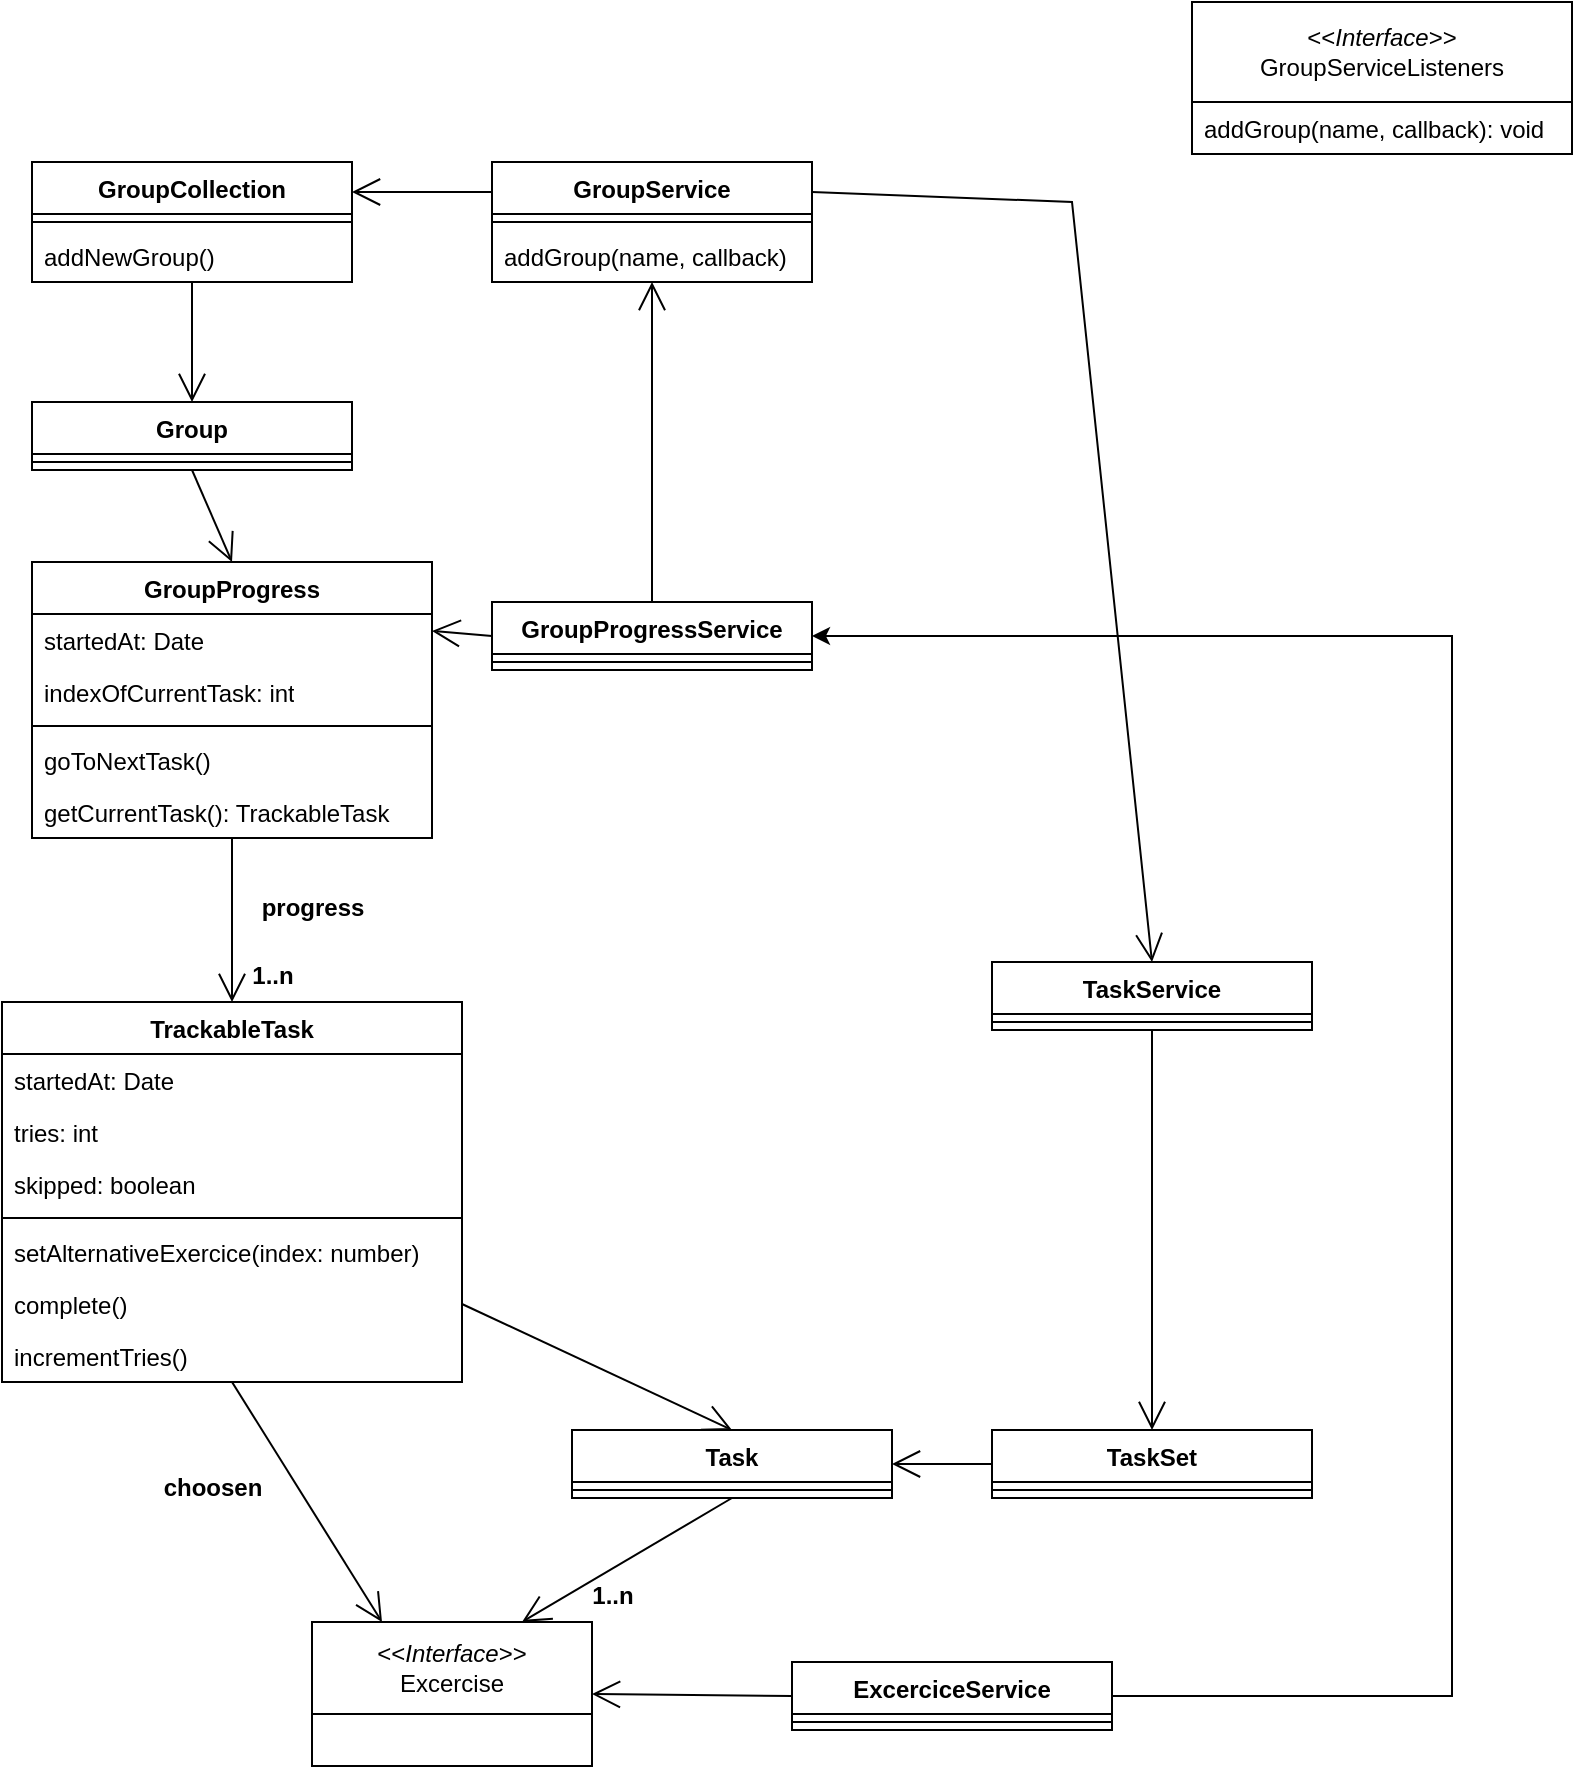
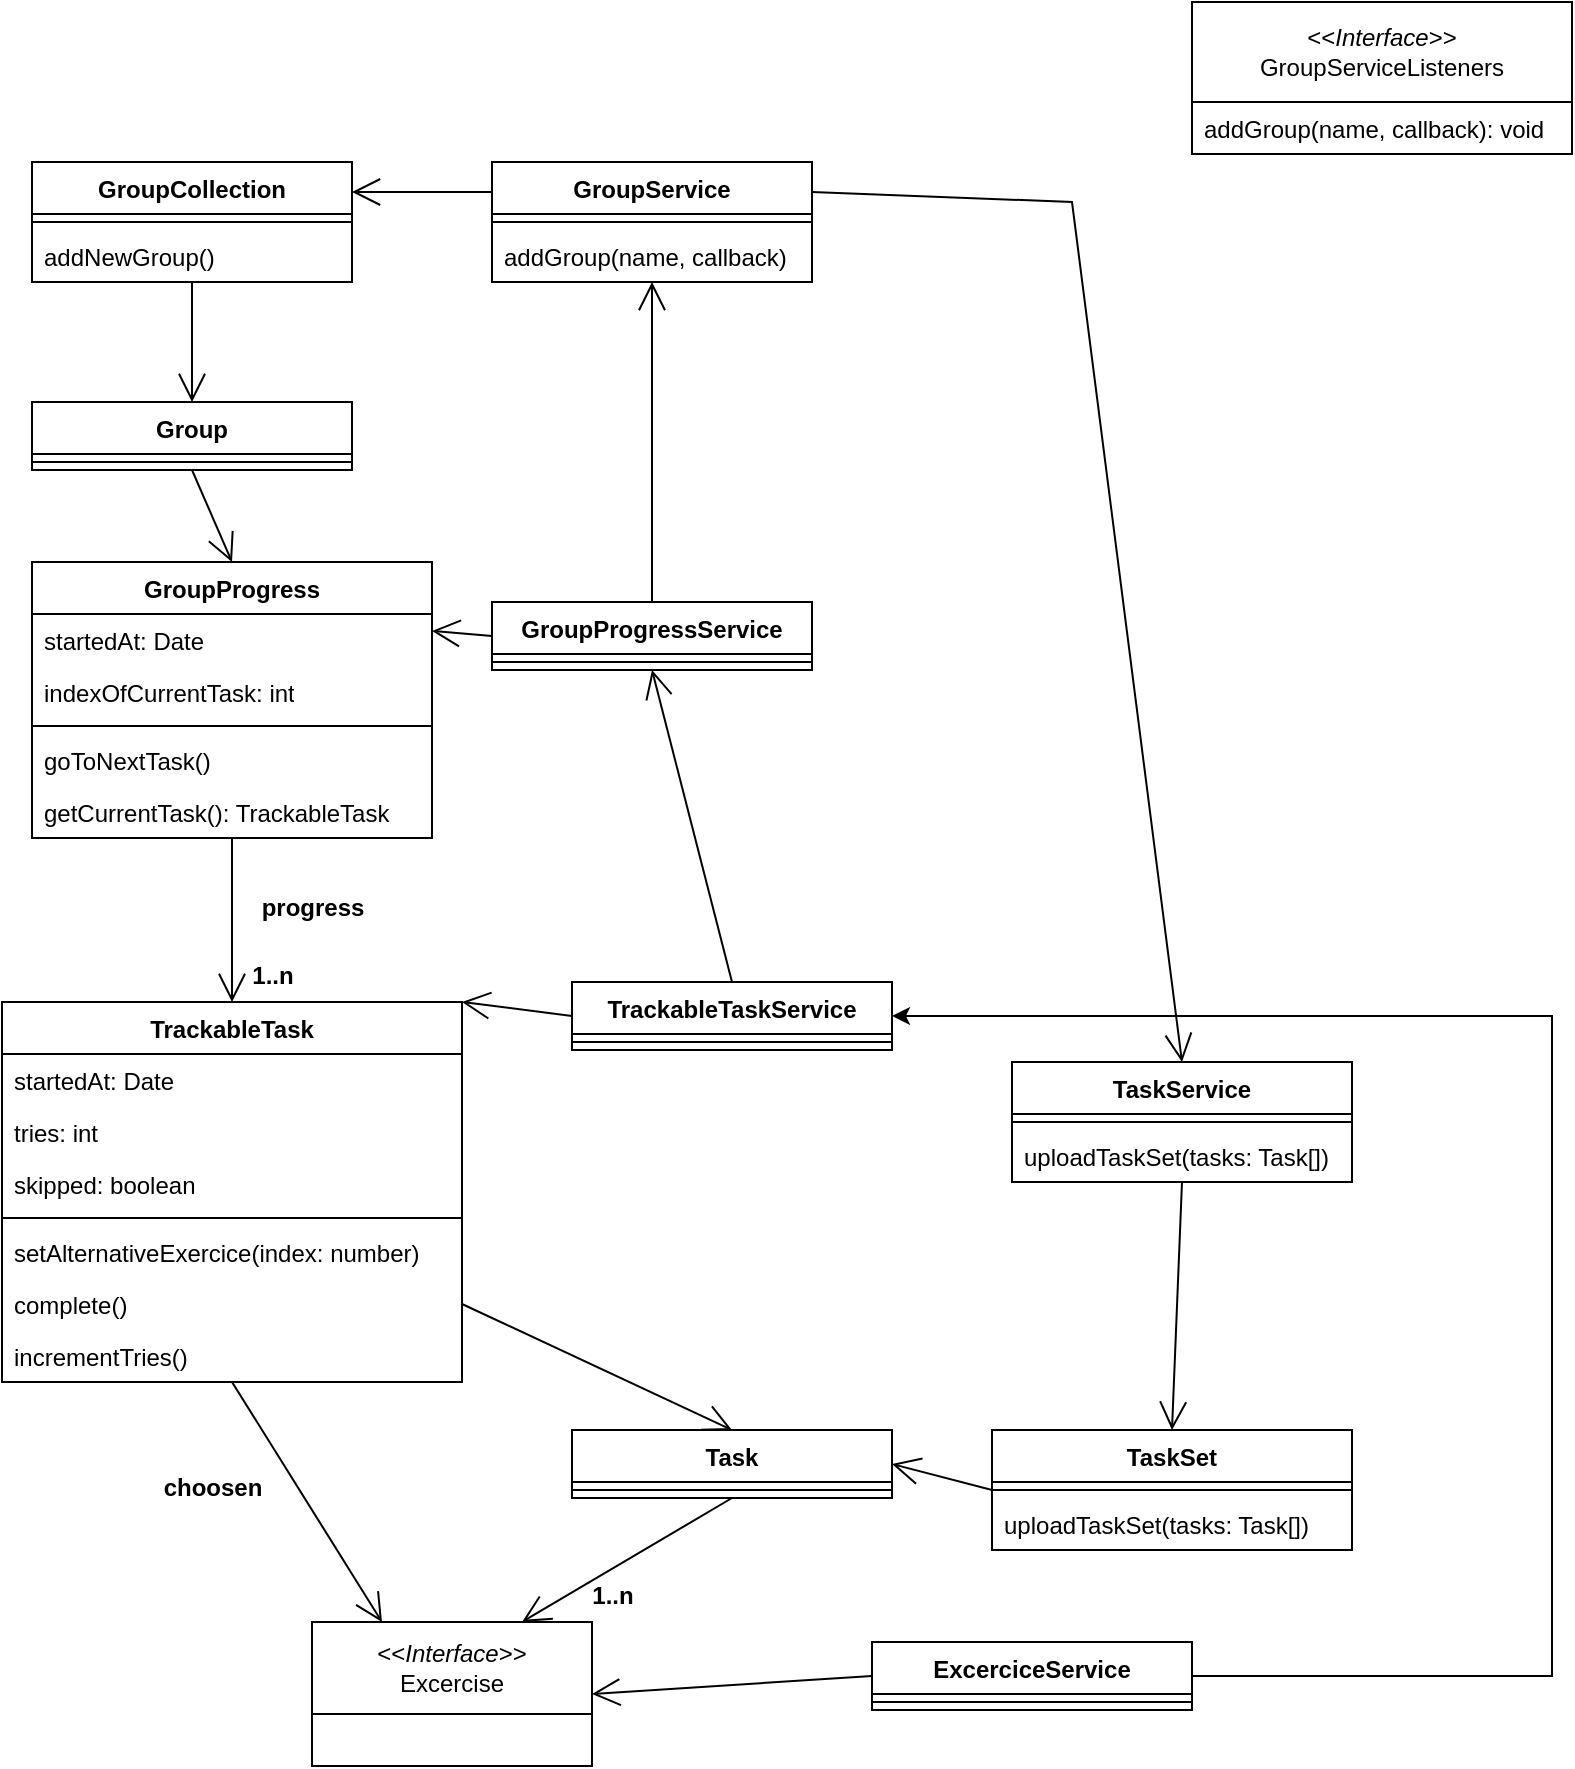
<mxfile host="app.diagrams.net" agent="Mozilla/5.0 (Windows NT 10.0; Win64; x64; rv:133.0) Gecko/20100101 Firefox/133.0" version="25.0.3">
  <diagram id="C5RBs43oDa-KdzZeNtuy" name="Page-1">
-     <mxGraphModel dx="1134" dy="660" grid="1" gridSize="10" guides="1" tooltips="1" connect="1" arrows="1" fold="1" page="1" pageScale="1" pageWidth="827" pageHeight="1169" math="0" shadow="0">
+     <mxGraphModel dx="1222" dy="709" grid="1" gridSize="10" guides="1" tooltips="1" connect="1" arrows="1" fold="1" page="1" pageScale="1" pageWidth="827" pageHeight="1169" math="0" shadow="0">
      <root>
        <mxCell id="WIyWlLk6GJQsqaUBKTNV-0" />
        <mxCell id="WIyWlLk6GJQsqaUBKTNV-1" parent="WIyWlLk6GJQsqaUBKTNV-0" />
        <mxCell id="2PPdx7-YqYG3QhNQI_HN-14" value="GroupService" style="swimlane;fontStyle=1;align=center;verticalAlign=top;childLayout=stackLayout;horizontal=1;startSize=26;horizontalStack=0;resizeParent=1;resizeParentMax=0;resizeLast=0;collapsible=1;marginBottom=0;whiteSpace=wrap;html=1;" parent="WIyWlLk6GJQsqaUBKTNV-1" vertex="1">
          <mxGeometry x="270" y="120" width="160" height="60" as="geometry" />
        </mxCell>
        <mxCell id="2PPdx7-YqYG3QhNQI_HN-16" value="" style="line;strokeWidth=1;fillColor=none;align=left;verticalAlign=middle;spacingTop=-1;spacingLeft=3;spacingRight=3;rotatable=0;labelPosition=right;points=[];portConstraint=eastwest;strokeColor=inherit;" parent="2PPdx7-YqYG3QhNQI_HN-14" vertex="1">
          <mxGeometry y="26" width="160" height="8" as="geometry" />
        </mxCell>
        <mxCell id="V3XAilx2oiw2KiiHJ0iP-118" value="addGroup(name, callback)" style="text;strokeColor=none;fillColor=none;align=left;verticalAlign=top;spacingLeft=4;spacingRight=4;overflow=hidden;rotatable=0;points=[[0,0.5],[1,0.5]];portConstraint=eastwest;whiteSpace=wrap;html=1;" parent="2PPdx7-YqYG3QhNQI_HN-14" vertex="1">
          <mxGeometry y="34" width="160" height="26" as="geometry" />
        </mxCell>
        <mxCell id="2PPdx7-YqYG3QhNQI_HN-24" value="&lt;div&gt;&amp;lt;&amp;lt;&lt;i&gt;Interface&lt;/i&gt;&amp;gt;&amp;gt;&lt;br&gt;&lt;/div&gt;&lt;div&gt;GroupServiceListeners&lt;/div&gt;" style="swimlane;fontStyle=0;childLayout=stackLayout;horizontal=1;startSize=50;fillColor=none;horizontalStack=0;resizeParent=1;resizeParentMax=0;resizeLast=0;collapsible=1;marginBottom=0;whiteSpace=wrap;html=1;" parent="WIyWlLk6GJQsqaUBKTNV-1" vertex="1">
          <mxGeometry x="620" y="40" width="190" height="76" as="geometry" />
        </mxCell>
        <mxCell id="2PPdx7-YqYG3QhNQI_HN-28" value="addGroup(name, callback): void" style="text;strokeColor=none;fillColor=none;align=left;verticalAlign=top;spacingLeft=4;spacingRight=4;overflow=hidden;rotatable=0;points=[[0,0.5],[1,0.5]];portConstraint=eastwest;whiteSpace=wrap;html=1;" parent="2PPdx7-YqYG3QhNQI_HN-24" vertex="1">
          <mxGeometry y="50" width="190" height="26" as="geometry" />
        </mxCell>
        <mxCell id="V3XAilx2oiw2KiiHJ0iP-3" value="" style="endArrow=open;endFill=1;endSize=12;html=1;rounded=0;exitX=0.5;exitY=1;exitDx=0;exitDy=0;entryX=0.5;entryY=0;entryDx=0;entryDy=0;" parent="WIyWlLk6GJQsqaUBKTNV-1" source="V3XAilx2oiw2KiiHJ0iP-96" target="V3XAilx2oiw2KiiHJ0iP-91" edge="1">
          <mxGeometry width="160" relative="1" as="geometry">
            <mxPoint x="260" y="170" as="sourcePoint" />
            <mxPoint x="280" y="270" as="targetPoint" />
          </mxGeometry>
        </mxCell>
        <mxCell id="V3XAilx2oiw2KiiHJ0iP-28" value="&lt;div&gt;&amp;lt;&amp;lt;&lt;i&gt;Interface&lt;/i&gt;&amp;gt;&amp;gt;&lt;/div&gt;&lt;div&gt;Excercise&lt;/div&gt;" style="swimlane;fontStyle=0;childLayout=stackLayout;horizontal=1;startSize=46;fillColor=none;horizontalStack=0;resizeParent=1;resizeParentMax=0;resizeLast=0;collapsible=1;marginBottom=0;whiteSpace=wrap;html=1;" parent="WIyWlLk6GJQsqaUBKTNV-1" vertex="1">
          <mxGeometry x="180" y="850" width="140" height="72" as="geometry" />
        </mxCell>
        <mxCell id="V3XAilx2oiw2KiiHJ0iP-44" value="choosen" style="text;align=center;fontStyle=1;verticalAlign=middle;spacingLeft=3;spacingRight=3;strokeColor=none;rotatable=0;points=[[0,0.5],[1,0.5]];portConstraint=eastwest;html=1;" parent="WIyWlLk6GJQsqaUBKTNV-1" vertex="1">
          <mxGeometry x="90" y="770" width="80" height="26" as="geometry" />
        </mxCell>
        <mxCell id="V3XAilx2oiw2KiiHJ0iP-63" value="" style="endArrow=open;endFill=1;endSize=12;html=1;rounded=0;entryX=0.5;entryY=0;entryDx=0;entryDy=0;exitX=0.5;exitY=1;exitDx=0;exitDy=0;" parent="WIyWlLk6GJQsqaUBKTNV-1" source="V3XAilx2oiw2KiiHJ0iP-86" target="V3XAilx2oiw2KiiHJ0iP-79" edge="1">
          <mxGeometry width="160" relative="1" as="geometry">
            <mxPoint x="140" y="480" as="sourcePoint" />
            <mxPoint x="120" y="510" as="targetPoint" />
          </mxGeometry>
        </mxCell>
        <mxCell id="V3XAilx2oiw2KiiHJ0iP-65" value="Task" style="swimlane;fontStyle=1;align=center;verticalAlign=top;childLayout=stackLayout;horizontal=1;startSize=26;horizontalStack=0;resizeParent=1;resizeParentMax=0;resizeLast=0;collapsible=1;marginBottom=0;whiteSpace=wrap;html=1;" parent="WIyWlLk6GJQsqaUBKTNV-1" vertex="1">
          <mxGeometry x="310" y="754" width="160" height="34" as="geometry" />
        </mxCell>
        <mxCell id="V3XAilx2oiw2KiiHJ0iP-67" value="" style="line;strokeWidth=1;fillColor=none;align=left;verticalAlign=middle;spacingTop=-1;spacingLeft=3;spacingRight=3;rotatable=0;labelPosition=right;points=[];portConstraint=eastwest;strokeColor=inherit;" parent="V3XAilx2oiw2KiiHJ0iP-65" vertex="1">
          <mxGeometry y="26" width="160" height="8" as="geometry" />
        </mxCell>
        <mxCell id="V3XAilx2oiw2KiiHJ0iP-72" value="TaskSet" style="swimlane;fontStyle=1;align=center;verticalAlign=top;childLayout=stackLayout;horizontal=1;startSize=26;horizontalStack=0;resizeParent=1;resizeParentMax=0;resizeLast=0;collapsible=1;marginBottom=0;whiteSpace=wrap;html=1;" parent="WIyWlLk6GJQsqaUBKTNV-1" vertex="1">
-           <mxGeometry x="520" y="754" width="160" height="34" as="geometry" />
+           <mxGeometry x="520" y="754" width="180" height="60" as="geometry" />
        </mxCell>
        <mxCell id="V3XAilx2oiw2KiiHJ0iP-74" value="" style="line;strokeWidth=1;fillColor=none;align=left;verticalAlign=middle;spacingTop=-1;spacingLeft=3;spacingRight=3;rotatable=0;labelPosition=right;points=[];portConstraint=eastwest;strokeColor=inherit;" parent="V3XAilx2oiw2KiiHJ0iP-72" vertex="1">
-           <mxGeometry y="26" width="160" height="8" as="geometry" />
+           <mxGeometry y="26" width="180" height="8" as="geometry" />
+         </mxCell>
+         <mxCell id="L8xYm_lEtlE9M0N6Z_c4-20" value="uploadTaskSet(tasks: Task[])" style="text;strokeColor=none;fillColor=none;align=left;verticalAlign=top;spacingLeft=4;spacingRight=4;overflow=hidden;rotatable=0;points=[[0,0.5],[1,0.5]];portConstraint=eastwest;whiteSpace=wrap;html=1;" vertex="1" parent="V3XAilx2oiw2KiiHJ0iP-72">
+           <mxGeometry y="34" width="180" height="26" as="geometry" />
        </mxCell>
        <mxCell id="V3XAilx2oiw2KiiHJ0iP-79" value="TrackableTask" style="swimlane;fontStyle=1;align=center;verticalAlign=top;childLayout=stackLayout;horizontal=1;startSize=26;horizontalStack=0;resizeParent=1;resizeParentMax=0;resizeLast=0;collapsible=1;marginBottom=0;whiteSpace=wrap;html=1;" parent="WIyWlLk6GJQsqaUBKTNV-1" vertex="1">
          <mxGeometry x="25" y="540" width="230" height="190" as="geometry" />
        </mxCell>
        <mxCell id="V3XAilx2oiw2KiiHJ0iP-83" value="startedAt: Date" style="text;strokeColor=none;fillColor=none;align=left;verticalAlign=top;spacingLeft=4;spacingRight=4;overflow=hidden;rotatable=0;points=[[0,0.5],[1,0.5]];portConstraint=eastwest;whiteSpace=wrap;html=1;" parent="V3XAilx2oiw2KiiHJ0iP-79" vertex="1">
          <mxGeometry y="26" width="230" height="26" as="geometry" />
        </mxCell>
        <mxCell id="V3XAilx2oiw2KiiHJ0iP-84" value="tries: int" style="text;strokeColor=none;fillColor=none;align=left;verticalAlign=top;spacingLeft=4;spacingRight=4;overflow=hidden;rotatable=0;points=[[0,0.5],[1,0.5]];portConstraint=eastwest;whiteSpace=wrap;html=1;" parent="V3XAilx2oiw2KiiHJ0iP-79" vertex="1">
          <mxGeometry y="52" width="230" height="26" as="geometry" />
        </mxCell>
        <mxCell id="V3XAilx2oiw2KiiHJ0iP-85" value="&lt;div&gt;skipped: boolean&lt;/div&gt;" style="text;strokeColor=none;fillColor=none;align=left;verticalAlign=top;spacingLeft=4;spacingRight=4;overflow=hidden;rotatable=0;points=[[0,0.5],[1,0.5]];portConstraint=eastwest;whiteSpace=wrap;html=1;" parent="V3XAilx2oiw2KiiHJ0iP-79" vertex="1">
          <mxGeometry y="78" width="230" height="26" as="geometry" />
        </mxCell>
        <mxCell id="V3XAilx2oiw2KiiHJ0iP-81" value="" style="line;strokeWidth=1;fillColor=none;align=left;verticalAlign=middle;spacingTop=-1;spacingLeft=3;spacingRight=3;rotatable=0;labelPosition=right;points=[];portConstraint=eastwest;strokeColor=inherit;" parent="V3XAilx2oiw2KiiHJ0iP-79" vertex="1">
          <mxGeometry y="104" width="230" height="8" as="geometry" />
        </mxCell>
        <mxCell id="L8xYm_lEtlE9M0N6Z_c4-0" value="setAlternativeExercice(index: number)" style="text;strokeColor=none;fillColor=none;align=left;verticalAlign=top;spacingLeft=4;spacingRight=4;overflow=hidden;rotatable=0;points=[[0,0.5],[1,0.5]];portConstraint=eastwest;whiteSpace=wrap;html=1;" vertex="1" parent="V3XAilx2oiw2KiiHJ0iP-79">
          <mxGeometry y="112" width="230" height="26" as="geometry" />
        </mxCell>
        <mxCell id="L8xYm_lEtlE9M0N6Z_c4-4" value="complete()" style="text;strokeColor=none;fillColor=none;align=left;verticalAlign=top;spacingLeft=4;spacingRight=4;overflow=hidden;rotatable=0;points=[[0,0.5],[1,0.5]];portConstraint=eastwest;whiteSpace=wrap;html=1;" vertex="1" parent="V3XAilx2oiw2KiiHJ0iP-79">
          <mxGeometry y="138" width="230" height="26" as="geometry" />
        </mxCell>
        <mxCell id="L8xYm_lEtlE9M0N6Z_c4-2" value="incrementTries()" style="text;strokeColor=none;fillColor=none;align=left;verticalAlign=top;spacingLeft=4;spacingRight=4;overflow=hidden;rotatable=0;points=[[0,0.5],[1,0.5]];portConstraint=eastwest;whiteSpace=wrap;html=1;" vertex="1" parent="V3XAilx2oiw2KiiHJ0iP-79">
          <mxGeometry y="164" width="230" height="26" as="geometry" />
        </mxCell>
        <mxCell id="V3XAilx2oiw2KiiHJ0iP-86" value="GroupProgress" style="swimlane;fontStyle=1;align=center;verticalAlign=top;childLayout=stackLayout;horizontal=1;startSize=26;horizontalStack=0;resizeParent=1;resizeParentMax=0;resizeLast=0;collapsible=1;marginBottom=0;whiteSpace=wrap;html=1;" parent="WIyWlLk6GJQsqaUBKTNV-1" vertex="1">
          <mxGeometry x="40" y="320" width="200" height="138" as="geometry" />
        </mxCell>
        <mxCell id="L8xYm_lEtlE9M0N6Z_c4-6" value="startedAt: Date" style="text;strokeColor=none;fillColor=none;align=left;verticalAlign=top;spacingLeft=4;spacingRight=4;overflow=hidden;rotatable=0;points=[[0,0.5],[1,0.5]];portConstraint=eastwest;whiteSpace=wrap;html=1;" vertex="1" parent="V3XAilx2oiw2KiiHJ0iP-86">
          <mxGeometry y="26" width="200" height="26" as="geometry" />
        </mxCell>
        <mxCell id="V3XAilx2oiw2KiiHJ0iP-90" value="indexOfCurrentTask: int" style="text;strokeColor=none;fillColor=none;align=left;verticalAlign=top;spacingLeft=4;spacingRight=4;overflow=hidden;rotatable=0;points=[[0,0.5],[1,0.5]];portConstraint=eastwest;whiteSpace=wrap;html=1;" parent="V3XAilx2oiw2KiiHJ0iP-86" vertex="1">
          <mxGeometry y="52" width="200" height="26" as="geometry" />
        </mxCell>
        <mxCell id="V3XAilx2oiw2KiiHJ0iP-88" value="" style="line;strokeWidth=1;fillColor=none;align=left;verticalAlign=middle;spacingTop=-1;spacingLeft=3;spacingRight=3;rotatable=0;labelPosition=right;points=[];portConstraint=eastwest;strokeColor=inherit;" parent="V3XAilx2oiw2KiiHJ0iP-86" vertex="1">
          <mxGeometry y="78" width="200" height="8" as="geometry" />
        </mxCell>
        <mxCell id="L8xYm_lEtlE9M0N6Z_c4-5" value="goToNextTask()" style="text;strokeColor=none;fillColor=none;align=left;verticalAlign=top;spacingLeft=4;spacingRight=4;overflow=hidden;rotatable=0;points=[[0,0.5],[1,0.5]];portConstraint=eastwest;whiteSpace=wrap;html=1;" vertex="1" parent="V3XAilx2oiw2KiiHJ0iP-86">
          <mxGeometry y="86" width="200" height="26" as="geometry" />
        </mxCell>
        <mxCell id="L8xYm_lEtlE9M0N6Z_c4-13" value="getCurrentTask(): TrackableTask" style="text;strokeColor=none;fillColor=none;align=left;verticalAlign=top;spacingLeft=4;spacingRight=4;overflow=hidden;rotatable=0;points=[[0,0.5],[1,0.5]];portConstraint=eastwest;whiteSpace=wrap;html=1;" vertex="1" parent="V3XAilx2oiw2KiiHJ0iP-86">
          <mxGeometry y="112" width="200" height="26" as="geometry" />
        </mxCell>
        <mxCell id="V3XAilx2oiw2KiiHJ0iP-91" value="Group" style="swimlane;fontStyle=1;align=center;verticalAlign=top;childLayout=stackLayout;horizontal=1;startSize=26;horizontalStack=0;resizeParent=1;resizeParentMax=0;resizeLast=0;collapsible=1;marginBottom=0;whiteSpace=wrap;html=1;" parent="WIyWlLk6GJQsqaUBKTNV-1" vertex="1">
          <mxGeometry x="40" y="240" width="160" height="34" as="geometry" />
        </mxCell>
        <mxCell id="V3XAilx2oiw2KiiHJ0iP-93" value="" style="line;strokeWidth=1;fillColor=none;align=left;verticalAlign=middle;spacingTop=-1;spacingLeft=3;spacingRight=3;rotatable=0;labelPosition=right;points=[];portConstraint=eastwest;strokeColor=inherit;" parent="V3XAilx2oiw2KiiHJ0iP-91" vertex="1">
          <mxGeometry y="26" width="160" height="8" as="geometry" />
        </mxCell>
        <mxCell id="V3XAilx2oiw2KiiHJ0iP-95" value="" style="endArrow=open;endFill=1;endSize=12;html=1;rounded=0;exitX=0.5;exitY=1;exitDx=0;exitDy=0;entryX=0.5;entryY=0;entryDx=0;entryDy=0;" parent="WIyWlLk6GJQsqaUBKTNV-1" source="V3XAilx2oiw2KiiHJ0iP-91" target="V3XAilx2oiw2KiiHJ0iP-86" edge="1">
          <mxGeometry width="160" relative="1" as="geometry">
            <mxPoint x="270" y="360" as="sourcePoint" />
            <mxPoint x="430" y="360" as="targetPoint" />
          </mxGeometry>
        </mxCell>
        <mxCell id="V3XAilx2oiw2KiiHJ0iP-96" value="&lt;div&gt;GroupCollection&lt;/div&gt;" style="swimlane;fontStyle=1;align=center;verticalAlign=top;childLayout=stackLayout;horizontal=1;startSize=26;horizontalStack=0;resizeParent=1;resizeParentMax=0;resizeLast=0;collapsible=1;marginBottom=0;whiteSpace=wrap;html=1;" parent="WIyWlLk6GJQsqaUBKTNV-1" vertex="1">
          <mxGeometry x="40" y="120" width="160" height="60" as="geometry" />
        </mxCell>
        <mxCell id="V3XAilx2oiw2KiiHJ0iP-98" value="" style="line;strokeWidth=1;fillColor=none;align=left;verticalAlign=middle;spacingTop=-1;spacingLeft=3;spacingRight=3;rotatable=0;labelPosition=right;points=[];portConstraint=eastwest;strokeColor=inherit;" parent="V3XAilx2oiw2KiiHJ0iP-96" vertex="1">
          <mxGeometry y="26" width="160" height="8" as="geometry" />
        </mxCell>
        <mxCell id="V3XAilx2oiw2KiiHJ0iP-101" value="addNewGroup()" style="text;strokeColor=none;fillColor=none;align=left;verticalAlign=top;spacingLeft=4;spacingRight=4;overflow=hidden;rotatable=0;points=[[0,0.5],[1,0.5]];portConstraint=eastwest;whiteSpace=wrap;html=1;" parent="V3XAilx2oiw2KiiHJ0iP-96" vertex="1">
          <mxGeometry y="34" width="160" height="26" as="geometry" />
        </mxCell>
        <mxCell id="V3XAilx2oiw2KiiHJ0iP-102" value="" style="endArrow=open;endFill=1;endSize=12;html=1;rounded=0;entryX=1;entryY=0.5;entryDx=0;entryDy=0;exitX=0;exitY=0.5;exitDx=0;exitDy=0;" parent="WIyWlLk6GJQsqaUBKTNV-1" source="V3XAilx2oiw2KiiHJ0iP-72" target="V3XAilx2oiw2KiiHJ0iP-65" edge="1">
          <mxGeometry width="160" relative="1" as="geometry">
            <mxPoint x="90" y="802" as="sourcePoint" />
            <mxPoint x="250" y="802" as="targetPoint" />
          </mxGeometry>
        </mxCell>
        <mxCell id="V3XAilx2oiw2KiiHJ0iP-103" value="TaskService" style="swimlane;fontStyle=1;align=center;verticalAlign=top;childLayout=stackLayout;horizontal=1;startSize=26;horizontalStack=0;resizeParent=1;resizeParentMax=0;resizeLast=0;collapsible=1;marginBottom=0;whiteSpace=wrap;html=1;" parent="WIyWlLk6GJQsqaUBKTNV-1" vertex="1">
-           <mxGeometry x="520" y="520" width="160" height="34" as="geometry" />
+           <mxGeometry x="530" y="570" width="170" height="60" as="geometry" />
        </mxCell>
        <mxCell id="V3XAilx2oiw2KiiHJ0iP-105" value="" style="line;strokeWidth=1;fillColor=none;align=left;verticalAlign=middle;spacingTop=-1;spacingLeft=3;spacingRight=3;rotatable=0;labelPosition=right;points=[];portConstraint=eastwest;strokeColor=inherit;" parent="V3XAilx2oiw2KiiHJ0iP-103" vertex="1">
-           <mxGeometry y="26" width="160" height="8" as="geometry" />
+           <mxGeometry y="26" width="170" height="8" as="geometry" />
+         </mxCell>
+         <mxCell id="L8xYm_lEtlE9M0N6Z_c4-19" value="uploadTaskSet(tasks: Task[])" style="text;strokeColor=none;fillColor=none;align=left;verticalAlign=top;spacingLeft=4;spacingRight=4;overflow=hidden;rotatable=0;points=[[0,0.5],[1,0.5]];portConstraint=eastwest;whiteSpace=wrap;html=1;" vertex="1" parent="V3XAilx2oiw2KiiHJ0iP-103">
+           <mxGeometry y="34" width="170" height="26" as="geometry" />
        </mxCell>
        <mxCell id="V3XAilx2oiw2KiiHJ0iP-107" value="" style="endArrow=open;endFill=1;endSize=12;html=1;rounded=0;exitX=0.5;exitY=1;exitDx=0;exitDy=0;entryX=0.5;entryY=0;entryDx=0;entryDy=0;" parent="WIyWlLk6GJQsqaUBKTNV-1" source="V3XAilx2oiw2KiiHJ0iP-103" target="V3XAilx2oiw2KiiHJ0iP-72" edge="1">
          <mxGeometry width="160" relative="1" as="geometry">
            <mxPoint x="330" y="720" as="sourcePoint" />
            <mxPoint x="360" y="680" as="targetPoint" />
          </mxGeometry>
        </mxCell>
        <mxCell id="V3XAilx2oiw2KiiHJ0iP-108" value="GroupProgressService" style="swimlane;fontStyle=1;align=center;verticalAlign=top;childLayout=stackLayout;horizontal=1;startSize=26;horizontalStack=0;resizeParent=1;resizeParentMax=0;resizeLast=0;collapsible=1;marginBottom=0;whiteSpace=wrap;html=1;" parent="WIyWlLk6GJQsqaUBKTNV-1" vertex="1">
          <mxGeometry x="270" y="340" width="160" height="34" as="geometry" />
        </mxCell>
        <mxCell id="V3XAilx2oiw2KiiHJ0iP-110" value="" style="line;strokeWidth=1;fillColor=none;align=left;verticalAlign=middle;spacingTop=-1;spacingLeft=3;spacingRight=3;rotatable=0;labelPosition=right;points=[];portConstraint=eastwest;strokeColor=inherit;" parent="V3XAilx2oiw2KiiHJ0iP-108" vertex="1">
          <mxGeometry y="26" width="160" height="8" as="geometry" />
        </mxCell>
        <mxCell id="V3XAilx2oiw2KiiHJ0iP-112" value="" style="endArrow=open;endFill=1;endSize=12;html=1;rounded=0;exitX=0;exitY=0.5;exitDx=0;exitDy=0;entryX=1;entryY=0.25;entryDx=0;entryDy=0;" parent="WIyWlLk6GJQsqaUBKTNV-1" source="V3XAilx2oiw2KiiHJ0iP-108" target="V3XAilx2oiw2KiiHJ0iP-86" edge="1">
          <mxGeometry width="160" relative="1" as="geometry">
            <mxPoint x="330" y="550" as="sourcePoint" />
            <mxPoint x="490" y="550" as="targetPoint" />
          </mxGeometry>
        </mxCell>
        <mxCell id="V3XAilx2oiw2KiiHJ0iP-117" value="" style="endArrow=open;endFill=1;endSize=12;html=1;rounded=0;exitX=0.5;exitY=0;exitDx=0;exitDy=0;entryX=0.5;entryY=1;entryDx=0;entryDy=0;" parent="WIyWlLk6GJQsqaUBKTNV-1" source="V3XAilx2oiw2KiiHJ0iP-108" target="2PPdx7-YqYG3QhNQI_HN-14" edge="1">
          <mxGeometry width="160" relative="1" as="geometry">
            <mxPoint x="400" y="380" as="sourcePoint" />
            <mxPoint x="380" y="330" as="targetPoint" />
          </mxGeometry>
        </mxCell>
        <mxCell id="V3XAilx2oiw2KiiHJ0iP-119" value="" style="endArrow=open;endFill=1;endSize=12;html=1;rounded=0;exitX=1;exitY=0.25;exitDx=0;exitDy=0;entryX=0.5;entryY=0;entryDx=0;entryDy=0;" parent="WIyWlLk6GJQsqaUBKTNV-1" source="2PPdx7-YqYG3QhNQI_HN-14" target="V3XAilx2oiw2KiiHJ0iP-103" edge="1">
          <mxGeometry width="160" relative="1" as="geometry">
            <mxPoint x="270" y="500" as="sourcePoint" />
            <mxPoint x="600" y="440" as="targetPoint" />
            <Array as="points">
              <mxPoint x="560" y="140" />
            </Array>
          </mxGeometry>
        </mxCell>
        <mxCell id="V3XAilx2oiw2KiiHJ0iP-121" value="" style="endArrow=open;endFill=1;endSize=12;html=1;rounded=0;exitX=0;exitY=0.25;exitDx=0;exitDy=0;entryX=1;entryY=0.25;entryDx=0;entryDy=0;" parent="WIyWlLk6GJQsqaUBKTNV-1" source="2PPdx7-YqYG3QhNQI_HN-14" target="V3XAilx2oiw2KiiHJ0iP-96" edge="1">
          <mxGeometry width="160" relative="1" as="geometry">
            <mxPoint x="350" y="360" as="sourcePoint" />
            <mxPoint x="510" y="360" as="targetPoint" />
          </mxGeometry>
        </mxCell>
        <mxCell id="KjGE56Se4uq9LBmGyXKQ-1" value="" style="endArrow=open;endFill=1;endSize=12;html=1;rounded=0;entryX=0.75;entryY=0;entryDx=0;entryDy=0;exitX=0.5;exitY=1;exitDx=0;exitDy=0;" parent="WIyWlLk6GJQsqaUBKTNV-1" source="V3XAilx2oiw2KiiHJ0iP-65" target="V3XAilx2oiw2KiiHJ0iP-28" edge="1">
          <mxGeometry width="160" relative="1" as="geometry">
            <mxPoint x="220" y="740" as="sourcePoint" />
            <mxPoint x="380" y="740" as="targetPoint" />
          </mxGeometry>
        </mxCell>
        <mxCell id="KjGE56Se4uq9LBmGyXKQ-2" value="1..n" style="text;align=center;fontStyle=1;verticalAlign=middle;spacingLeft=3;spacingRight=3;strokeColor=none;rotatable=0;points=[[0,0.5],[1,0.5]];portConstraint=eastwest;html=1;" parent="WIyWlLk6GJQsqaUBKTNV-1" vertex="1">
          <mxGeometry x="290" y="824" width="80" height="26" as="geometry" />
        </mxCell>
        <mxCell id="KjGE56Se4uq9LBmGyXKQ-3" value="" style="endArrow=open;endFill=1;endSize=12;html=1;rounded=0;exitX=0.5;exitY=1;exitDx=0;exitDy=0;entryX=0.25;entryY=0;entryDx=0;entryDy=0;" parent="WIyWlLk6GJQsqaUBKTNV-1" source="V3XAilx2oiw2KiiHJ0iP-79" target="V3XAilx2oiw2KiiHJ0iP-28" edge="1">
          <mxGeometry width="160" relative="1" as="geometry">
            <mxPoint x="250" y="740" as="sourcePoint" />
            <mxPoint x="410" y="740" as="targetPoint" />
          </mxGeometry>
        </mxCell>
        <mxCell id="KjGE56Se4uq9LBmGyXKQ-4" value="" style="endArrow=open;endFill=1;endSize=12;html=1;rounded=0;entryX=0.5;entryY=0;entryDx=0;entryDy=0;exitX=1;exitY=0.5;exitDx=0;exitDy=0;" parent="WIyWlLk6GJQsqaUBKTNV-1" target="V3XAilx2oiw2KiiHJ0iP-65" edge="1" source="L8xYm_lEtlE9M0N6Z_c4-4">
          <mxGeometry width="160" relative="1" as="geometry">
            <mxPoint x="200" y="548" as="sourcePoint" />
            <mxPoint x="410" y="740" as="targetPoint" />
          </mxGeometry>
        </mxCell>
-         <mxCell id="L8xYm_lEtlE9M0N6Z_c4-18" style="edgeStyle=orthogonalEdgeStyle;rounded=0;orthogonalLoop=1;jettySize=auto;html=1;exitX=1;exitY=0.5;exitDx=0;exitDy=0;entryX=1;entryY=0.5;entryDx=0;entryDy=0;" edge="1" parent="WIyWlLk6GJQsqaUBKTNV-1" source="L8xYm_lEtlE9M0N6Z_c4-8" target="V3XAilx2oiw2KiiHJ0iP-108">
+         <mxCell id="L8xYm_lEtlE9M0N6Z_c4-29" style="edgeStyle=orthogonalEdgeStyle;rounded=0;orthogonalLoop=1;jettySize=auto;html=1;exitX=1;exitY=0.5;exitDx=0;exitDy=0;entryX=1;entryY=0.5;entryDx=0;entryDy=0;" edge="1" parent="WIyWlLk6GJQsqaUBKTNV-1" source="L8xYm_lEtlE9M0N6Z_c4-8" target="L8xYm_lEtlE9M0N6Z_c4-21">
          <mxGeometry relative="1" as="geometry">
            <Array as="points">
-               <mxPoint x="750" y="887" />
-               <mxPoint x="750" y="357" />
+               <mxPoint x="800" y="877" />
+               <mxPoint x="800" y="547" />
            </Array>
          </mxGeometry>
        </mxCell>
        <mxCell id="L8xYm_lEtlE9M0N6Z_c4-8" value="ExcerciceService" style="swimlane;fontStyle=1;align=center;verticalAlign=top;childLayout=stackLayout;horizontal=1;startSize=26;horizontalStack=0;resizeParent=1;resizeParentMax=0;resizeLast=0;collapsible=1;marginBottom=0;whiteSpace=wrap;html=1;" vertex="1" parent="WIyWlLk6GJQsqaUBKTNV-1">
-           <mxGeometry x="420" y="870" width="160" height="34" as="geometry" />
+           <mxGeometry x="460" y="860" width="160" height="34" as="geometry" />
        </mxCell>
        <mxCell id="L8xYm_lEtlE9M0N6Z_c4-10" value="" style="line;strokeWidth=1;fillColor=none;align=left;verticalAlign=middle;spacingTop=-1;spacingLeft=3;spacingRight=3;rotatable=0;labelPosition=right;points=[];portConstraint=eastwest;strokeColor=inherit;" vertex="1" parent="L8xYm_lEtlE9M0N6Z_c4-8">
          <mxGeometry y="26" width="160" height="8" as="geometry" />
        </mxCell>
        <mxCell id="L8xYm_lEtlE9M0N6Z_c4-14" value="progress" style="text;align=center;fontStyle=1;verticalAlign=middle;spacingLeft=3;spacingRight=3;strokeColor=none;rotatable=0;points=[[0,0.5],[1,0.5]];portConstraint=eastwest;html=1;" vertex="1" parent="WIyWlLk6GJQsqaUBKTNV-1">
          <mxGeometry x="140" y="480" width="80" height="26" as="geometry" />
        </mxCell>
        <mxCell id="L8xYm_lEtlE9M0N6Z_c4-15" value="1..n" style="text;align=center;fontStyle=1;verticalAlign=middle;spacingLeft=3;spacingRight=3;strokeColor=none;rotatable=0;points=[[0,0.5],[1,0.5]];portConstraint=eastwest;html=1;" vertex="1" parent="WIyWlLk6GJQsqaUBKTNV-1">
          <mxGeometry x="120" y="514" width="80" height="26" as="geometry" />
        </mxCell>
        <mxCell id="L8xYm_lEtlE9M0N6Z_c4-17" value="" style="endArrow=open;endFill=1;endSize=12;html=1;rounded=0;exitX=0;exitY=0.5;exitDx=0;exitDy=0;entryX=1;entryY=0.5;entryDx=0;entryDy=0;" edge="1" parent="WIyWlLk6GJQsqaUBKTNV-1" source="L8xYm_lEtlE9M0N6Z_c4-8" target="V3XAilx2oiw2KiiHJ0iP-28">
          <mxGeometry width="160" relative="1" as="geometry">
            <mxPoint x="240" y="910" as="sourcePoint" />
            <mxPoint x="400" y="910" as="targetPoint" />
+           </mxGeometry>
+         </mxCell>
+         <mxCell id="L8xYm_lEtlE9M0N6Z_c4-21" value="TrackableTaskService" style="swimlane;fontStyle=1;align=center;verticalAlign=top;childLayout=stackLayout;horizontal=1;startSize=26;horizontalStack=0;resizeParent=1;resizeParentMax=0;resizeLast=0;collapsible=1;marginBottom=0;whiteSpace=wrap;html=1;" vertex="1" parent="WIyWlLk6GJQsqaUBKTNV-1">
+           <mxGeometry x="310" y="530" width="160" height="34" as="geometry" />
+         </mxCell>
+         <mxCell id="L8xYm_lEtlE9M0N6Z_c4-23" value="" style="line;strokeWidth=1;fillColor=none;align=left;verticalAlign=middle;spacingTop=-1;spacingLeft=3;spacingRight=3;rotatable=0;labelPosition=right;points=[];portConstraint=eastwest;strokeColor=inherit;" vertex="1" parent="L8xYm_lEtlE9M0N6Z_c4-21">
+           <mxGeometry y="26" width="160" height="8" as="geometry" />
+         </mxCell>
+         <mxCell id="L8xYm_lEtlE9M0N6Z_c4-25" value="" style="endArrow=open;endFill=1;endSize=12;html=1;rounded=0;exitX=0;exitY=0.5;exitDx=0;exitDy=0;entryX=1;entryY=0;entryDx=0;entryDy=0;" edge="1" parent="WIyWlLk6GJQsqaUBKTNV-1" source="L8xYm_lEtlE9M0N6Z_c4-21" target="V3XAilx2oiw2KiiHJ0iP-79">
+           <mxGeometry width="160" relative="1" as="geometry">
+             <mxPoint x="340" y="630" as="sourcePoint" />
+             <mxPoint x="300" y="610" as="targetPoint" />
+           </mxGeometry>
+         </mxCell>
+         <mxCell id="L8xYm_lEtlE9M0N6Z_c4-28" value="" style="endArrow=open;endFill=1;endSize=12;html=1;rounded=0;exitX=0.5;exitY=0;exitDx=0;exitDy=0;entryX=0.5;entryY=1;entryDx=0;entryDy=0;" edge="1" parent="WIyWlLk6GJQsqaUBKTNV-1" source="L8xYm_lEtlE9M0N6Z_c4-21" target="V3XAilx2oiw2KiiHJ0iP-108">
+           <mxGeometry width="160" relative="1" as="geometry">
+             <mxPoint x="250" y="460" as="sourcePoint" />
+             <mxPoint x="350" y="390" as="targetPoint" />
          </mxGeometry>
        </mxCell>
      </root>
    </mxGraphModel>
  </diagram>
</mxfile>
